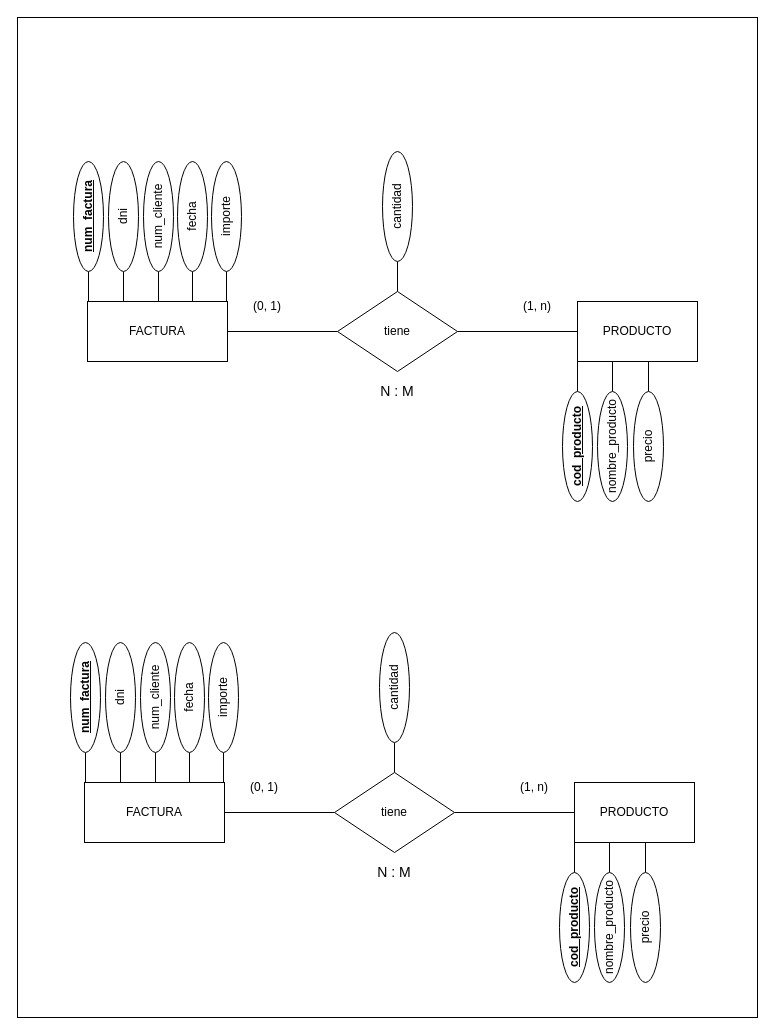
The draw.io diagram src/BBDD/first_trimester/exercises/ejercicio1/ejercicio1_BBDD_ER.drawio in MLT93/UNIR, before the edit. Source tidied: cells renumbered, new cells numbered last; positions are measured from the earlier drawing's top-left corner, leaving out a move shared by most shapes. Both pictures are drawn from the tidied source at 100%, with x=0, y=0 at pixel (17, 17).
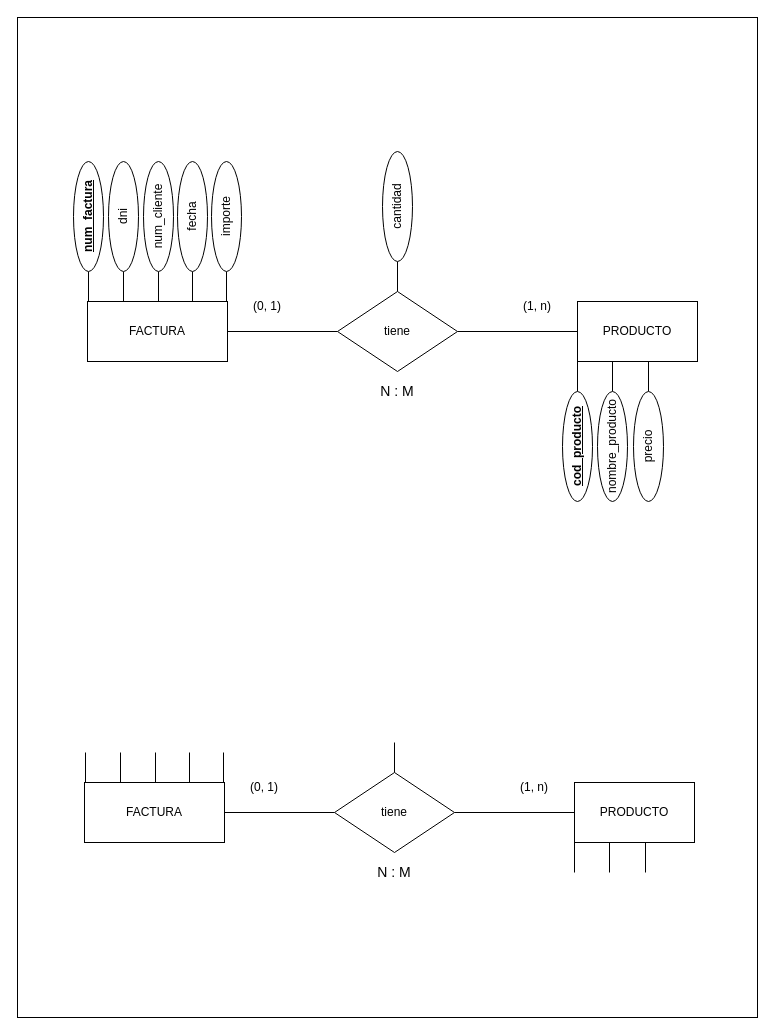
The same diagram, later.

The edit, as a diff of the source:
```diff
@@
-    <mxCell id="34" style="endArrow=none;html=1;rounded=0;entryX=0;entryY=0.5;entryDx=0;entryDy=0;" parent="1" edge="1" target="35">
+    <mxCell id="34" style="endArrow=none;html=1;rounded=0;entryX=0;entryY=0.5;entryDx=0;entryDy=0;" parent="1" edge="1">
       <mxGeometry relative="1" as="geometry">
         <mxPoint x="377" y="755" as="sourcePoint" />
+        <mxPoint x="377" y="725" as="targetPoint" />
       </mxGeometry>
     </mxCell>
-    <mxCell id="35" value="cantidad" style="ellipse;whiteSpace=wrap;html=1;rotation=-90;" parent="1" vertex="1">
-      <mxGeometry x="322" y="655" width="110" height="30" as="geometry" />
-    </mxCell>
-    <mxCell id="36" style="endArrow=none;html=1;rounded=0;entryX=0;entryY=0.5;entryDx=0;entryDy=0;" parent="1" edge="1" target="37">
+    <mxCell id="36" style="endArrow=none;html=1;rounded=0;entryX=0;entryY=0.5;entryDx=0;entryDy=0;" parent="1" edge="1">
       <mxGeometry relative="1" as="geometry">
         <mxPoint x="68" y="765" as="sourcePoint" />
+        <mxPoint x="68" y="735" as="targetPoint" />
       </mxGeometry>
     </mxCell>
-    <mxCell id="37" value="&lt;b&gt;&lt;u&gt;num_factura&lt;/u&gt;&lt;/b&gt;" style="ellipse;whiteSpace=wrap;html=1;rotation=-90;" parent="1" vertex="1">
-      <mxGeometry x="13" y="665" width="110" height="30" as="geometry" />
-    </mxCell>
-    <mxCell id="38" style="endArrow=none;html=1;rounded=0;entryX=0;entryY=0.5;entryDx=0;entryDy=0;" parent="1" edge="1" target="39">
+    <mxCell id="38" style="endArrow=none;html=1;rounded=0;entryX=0;entryY=0.5;entryDx=0;entryDy=0;" parent="1" edge="1">
       <mxGeometry relative="1" as="geometry">
         <mxPoint x="103" y="765" as="sourcePoint" />
+        <mxPoint x="103" y="735" as="targetPoint" />
       </mxGeometry>
     </mxCell>
-    <mxCell id="39" value="dni" style="ellipse;whiteSpace=wrap;html=1;rotation=-90;" parent="1" vertex="1">
-      <mxGeometry x="48" y="665" width="110" height="30" as="geometry" />
-    </mxCell>
-    <mxCell id="40" style="endArrow=none;html=1;rounded=0;entryX=0;entryY=0.5;entryDx=0;entryDy=0;" parent="1" edge="1" target="41">
+    <mxCell id="40" style="endArrow=none;html=1;rounded=0;entryX=0;entryY=0.5;entryDx=0;entryDy=0;" parent="1" edge="1">
       <mxGeometry relative="1" as="geometry">
         <mxPoint x="138" y="765" as="sourcePoint" />
+        <mxPoint x="138" y="735" as="targetPoint" />
       </mxGeometry>
     </mxCell>
-    <mxCell id="41" value="num_cliente" style="ellipse;whiteSpace=wrap;html=1;rotation=-90;" parent="1" vertex="1">
-      <mxGeometry x="83" y="665" width="110" height="30" as="geometry" />
-    </mxCell>
-    <mxCell id="42" style="endArrow=none;html=1;rounded=0;entryX=0;entryY=0.5;entryDx=0;entryDy=0;" parent="1" edge="1" target="43">
+    <mxCell id="42" style="endArrow=none;html=1;rounded=0;entryX=0;entryY=0.5;entryDx=0;entryDy=0;" parent="1" edge="1">
       <mxGeometry relative="1" as="geometry">
         <mxPoint x="172" y="765" as="sourcePoint" />
+        <mxPoint x="172" y="735" as="targetPoint" />
       </mxGeometry>
     </mxCell>
-    <mxCell id="43" value="fecha" style="ellipse;whiteSpace=wrap;html=1;rotation=-90;" parent="1" vertex="1">
-      <mxGeometry x="117" y="665" width="110" height="30" as="geometry" />
-    </mxCell>
-    <mxCell id="44" style="endArrow=none;html=1;rounded=0;entryX=0;entryY=0.5;entryDx=0;entryDy=0;" parent="1" edge="1" target="45">
+    <mxCell id="44" style="endArrow=none;html=1;rounded=0;entryX=0;entryY=0.5;entryDx=0;entryDy=0;" parent="1" edge="1">
       <mxGeometry relative="1" as="geometry">
         <mxPoint x="206" y="765" as="sourcePoint" />
+        <mxPoint x="206" y="735" as="targetPoint" />
       </mxGeometry>
     </mxCell>
-    <mxCell id="45" value="importe" style="ellipse;whiteSpace=wrap;html=1;rotation=-90;" parent="1" vertex="1">
-      <mxGeometry x="151" y="665" width="110" height="30" as="geometry" />
-    </mxCell>
@@
-    <mxCell id="47" value="&lt;b&gt;&lt;u&gt;cod_producto&lt;/u&gt;&lt;/b&gt;" style="ellipse;whiteSpace=wrap;html=1;rotation=-90;" parent="1" vertex="1">
-      <mxGeometry x="502" y="895" width="110" height="30" as="geometry" />
-    </mxCell>
@@
-    <mxCell id="49" value="nombre_producto" style="ellipse;whiteSpace=wrap;html=1;rotation=-90;" parent="1" vertex="1">
-      <mxGeometry x="537" y="895" width="110" height="30" as="geometry" />
-    </mxCell>
@@
-    <mxCell id="51" value="precio" style="ellipse;whiteSpace=wrap;html=1;rotation=-90;" parent="1" vertex="1">
-      <mxGeometry x="573" y="895" width="110" height="30" as="geometry" />
-    </mxCell>
```
